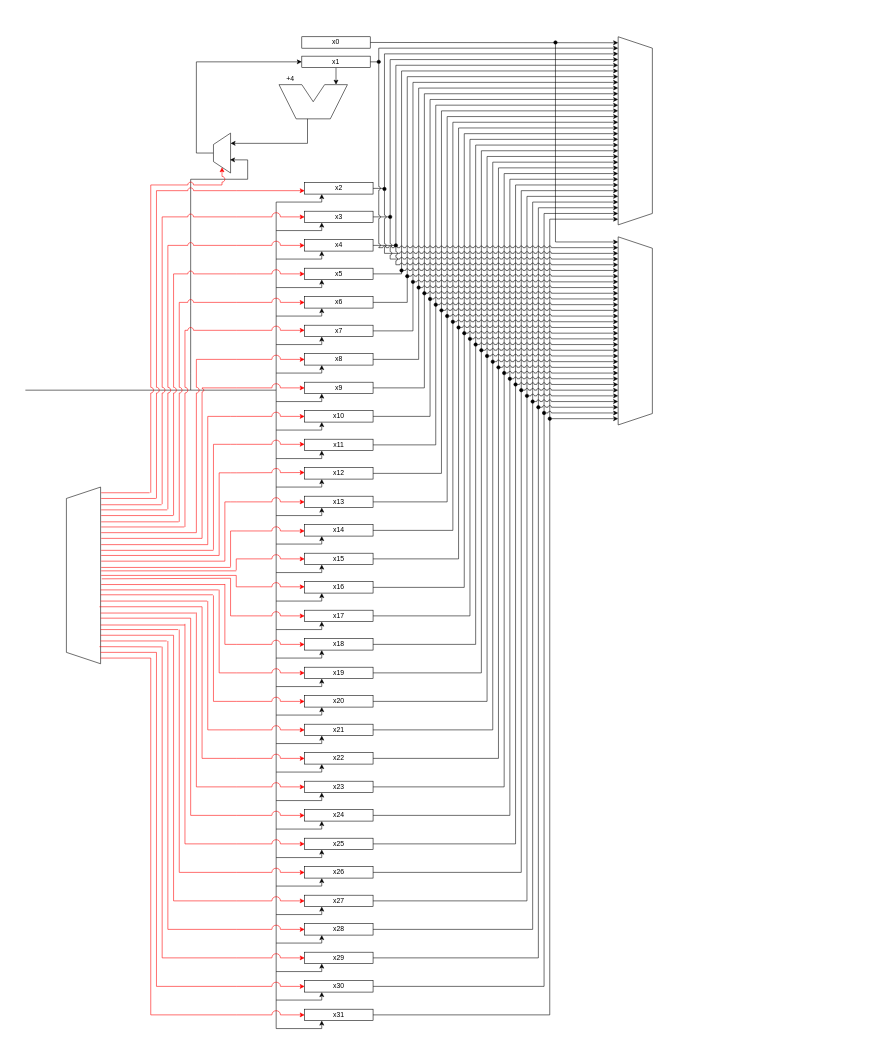
Kaveesha-98/065-538-720-GNC keeps this draw.io diagram as page "RegisterFile" (2 of 2) of Circuit_Drawings/DataPath.drawio. Above is the earlier version. Source tidied: cells renumbered, new cells numbered last; positions are measured from the earlier drawing's top-left corner, leaving out a move shared by most shapes. Both pictures are drawn from the tidied source at 57%, with x=0, y=0 at pixel (25, 36).
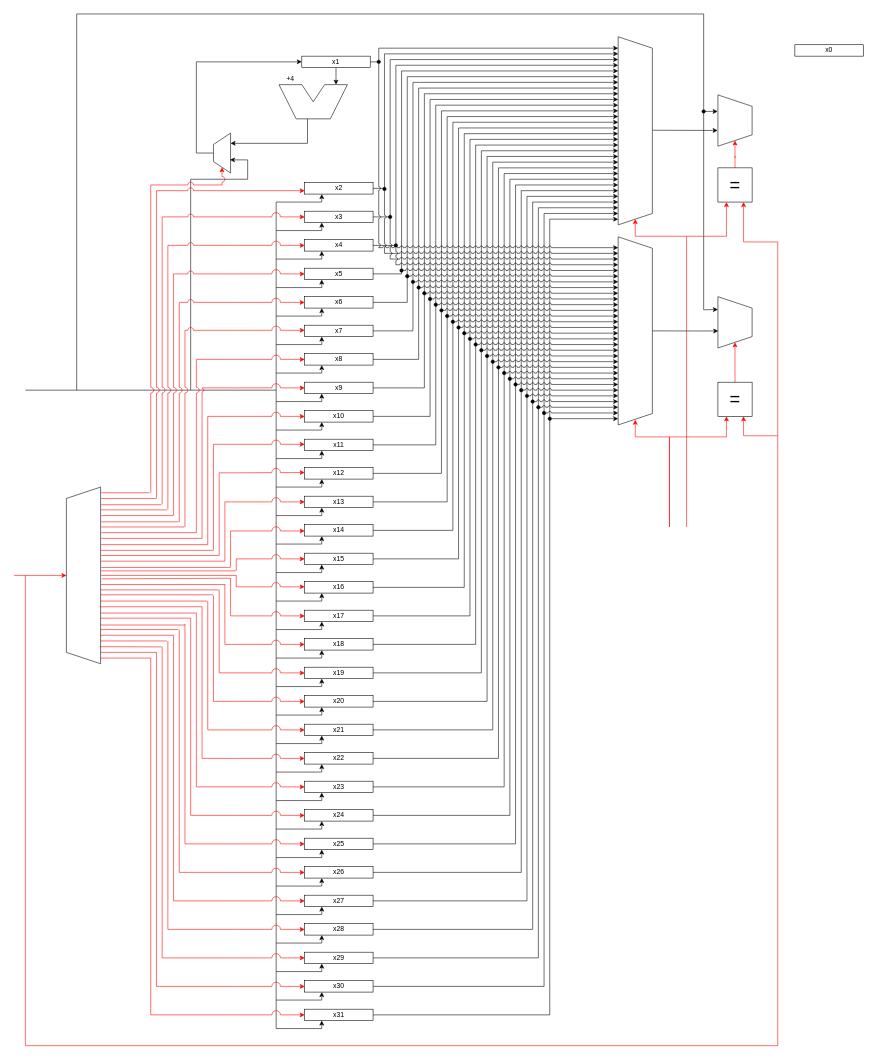
The same page after the edit.

The change refers to these unchanged cells:
```xml
<mxCell id="166" style="shape=trapezoid;perimeter=trapezoidPerimeter;whiteSpace=wrap;html=1;fixedSize=1;startSize=0;direction=north;" parent="1" vertex="1">
  <mxGeometry x="72" y="790" width="60" height="310" as="geometry" />
</mxCell>
<mxCell id="198" style="shape=trapezoid;perimeter=trapezoidPerimeter;whiteSpace=wrap;html=1;fixedSize=1;startSize=0;direction=south;" parent="1" vertex="1">
  <mxGeometry x="1040" width="60" height="330" as="geometry" />
</mxCell>
<mxCell id="229" style="shape=trapezoid;perimeter=trapezoidPerimeter;whiteSpace=wrap;html=1;fixedSize=1;startSize=0;direction=south;" parent="1" vertex="1">
  <mxGeometry x="1040" y="351" width="60" height="330" as="geometry" />
</mxCell>
```

The edit, as a diff of the source:
```diff
@@
-    <mxCell id="2" style="edgeStyle=orthogonalEdgeStyle;rounded=0;jumpStyle=arc;jumpSize=10;jettySize=auto;html=1;exitX=1;exitY=0.5;exitDx=0;exitDy=0;startSize=6;endSize=6;sourcePerimeterSpacing=6;targetPerimeterSpacing=6;" parent="1" edge="1" source="3">
-      <mxGeometry relative="1" as="geometry">
-        <mxPoint x="1040" y="10.5" as="targetPoint" />
-      </mxGeometry>
-    </mxCell>
     <mxCell id="3" value="x0" style="rounded=0;whiteSpace=wrap;html=1;" parent="1" vertex="1">
-      <mxGeometry x="485" width="120" height="20" as="geometry" />
+      <mxGeometry x="1350" y="14" width="120" height="20" as="geometry" />
     </mxCell>
@@
+    <mxCell id="232" style="edgeStyle=orthogonalEdgeStyle;rounded=0;jumpStyle=arc;jumpSize=10;jettySize=auto;html=1;entryX=0.693;entryY=1.008;entryDx=0;entryDy=0;entryPerimeter=0;startArrow=none;startFill=0;startSize=6;endSize=6;sourcePerimeterSpacing=6;targetPerimeterSpacing=6;strokeColor=#000000;" parent="1" edge="1" target="236">
+      <mxGeometry relative="1" as="geometry">
+        <mxPoint x="1100" y="164" as="sourcePoint" />
+      </mxGeometry>
+    </mxCell>
@@
+    <mxCell id="233" style="edgeStyle=orthogonalEdgeStyle;rounded=0;jumpStyle=arc;jumpSize=10;jettySize=auto;html=1;exitX=0.5;exitY=0;exitDx=0;exitDy=0;startArrow=none;startFill=0;startSize=6;endSize=6;sourcePerimeterSpacing=6;targetPerimeterSpacing=6;strokeColor=#000000;entryX=0.669;entryY=0.99;entryDx=0;entryDy=0;entryPerimeter=0;" parent="1" edge="1" source="229" target="239">
+      <mxGeometry relative="1" as="geometry" />
+    </mxCell>
@@
-    <mxCell id="231" style="endArrow=classic;html=1;startSize=6;endSize=6;sourcePerimeterSpacing=6;targetPerimeterSpacing=6;strokeColor=#000000;rounded=0;startArrow=oval;startFill=1;" parent="1" edge="1">
-      <mxGeometry relative="1" as="geometry">
-        <mxPoint x="930" y="10" as="sourcePoint" />
-        <mxPoint x="1040" y="360" as="targetPoint" />
-        <Array as="points">
-          <mxPoint x="930" y="10" />
-          <mxPoint x="930" y="360" />
-        </Array>
-      </mxGeometry>
-    </mxCell>
+    <mxCell id="234" style="endArrow=classic;html=1;startSize=6;endSize=6;sourcePerimeterSpacing=6;targetPerimeterSpacing=6;entryX=1;entryY=0.5;entryDx=0;entryDy=0;rounded=0;strokeColor=#FF0000;" parent="1" edge="1" target="198">
+      <mxGeometry relative="1" as="geometry">
+        <mxPoint x="1160" y="860" as="sourcePoint" />
+        <Array as="points">
+          <mxPoint x="1160" y="350" />
+          <mxPoint x="1070" y="350" />
+        </Array>
+      </mxGeometry>
+    </mxCell>
+    <mxCell id="235" style="endArrow=classic;html=1;startSize=6;endSize=6;sourcePerimeterSpacing=6;targetPerimeterSpacing=6;entryX=1;entryY=0.5;entryDx=0;entryDy=0;rounded=0;strokeColor=#FF0000;" parent="1" edge="1">
+      <mxGeometry relative="1" as="geometry">
+        <mxPoint x="1130" y="702" as="sourcePoint" />
+        <mxPoint x="1070" y="672" as="targetPoint" />
+        <Array as="points">
+          <mxPoint x="1130" y="860" />
+          <mxPoint x="1130" y="702" />
+          <mxPoint x="1070" y="702" />
+        </Array>
+      </mxGeometry>
+    </mxCell>
+    <mxCell id="236" style="shape=trapezoid;perimeter=trapezoidPerimeter;whiteSpace=wrap;html=1;fixedSize=1;startSize=0;direction=south;" parent="1" vertex="1">
+      <mxGeometry x="1215" y="102" width="60" height="90" as="geometry" />
+    </mxCell>
+    <mxCell id="237" style="endArrow=classic;html=1;startSize=6;endSize=6;sourcePerimeterSpacing=6;targetPerimeterSpacing=6;strokeColor=#FF0000;entryX=0.5;entryY=0;entryDx=0;entryDy=0;" parent="1" edge="1" target="166">
+      <mxGeometry relative="1" as="geometry">
+        <mxPoint x="-20" y="945" as="sourcePoint" />
+      </mxGeometry>
+    </mxCell>
+    <mxCell id="238" style="endArrow=classic;html=1;startSize=6;endSize=6;sourcePerimeterSpacing=6;targetPerimeterSpacing=6;entryX=0.322;entryY=1.008;entryDx=0;entryDy=0;entryPerimeter=0;rounded=0;" parent="1" edge="1" target="236">
+      <mxGeometry relative="1" as="geometry">
+        <mxPoint x="90" y="620" as="sourcePoint" />
+        <Array as="points">
+          <mxPoint x="90" y="-40" />
+          <mxPoint x="1190" y="-40" />
+          <mxPoint x="1190" y="131" />
+        </Array>
+      </mxGeometry>
+    </mxCell>
+    <mxCell id="239" style="shape=trapezoid;perimeter=trapezoidPerimeter;whiteSpace=wrap;html=1;fixedSize=1;startSize=0;direction=south;" parent="1" vertex="1">
+      <mxGeometry x="1215" y="456" width="60" height="90" as="geometry" />
+    </mxCell>
+    <mxCell id="240" style="endArrow=classic;html=1;startSize=6;endSize=6;sourcePerimeterSpacing=6;targetPerimeterSpacing=6;strokeColor=#000000;entryX=0.25;entryY=1;entryDx=0;entryDy=0;rounded=0;startArrow=oval;startFill=1;" parent="1" edge="1" target="239">
+      <mxGeometry relative="1" as="geometry">
+        <mxPoint x="1190" y="131" as="sourcePoint" />
+        <Array as="points">
+          <mxPoint x="1190" y="479" />
+        </Array>
+      </mxGeometry>
+    </mxCell>
+    <mxCell id="241" style="edgeStyle=orthogonalEdgeStyle;rounded=0;jumpStyle=arc;jumpSize=10;jettySize=auto;html=1;exitX=0.5;exitY=0;exitDx=0;exitDy=0;entryX=1;entryY=0.5;entryDx=0;entryDy=0;startArrow=none;startFill=0;startSize=6;endSize=6;sourcePerimeterSpacing=6;targetPerimeterSpacing=6;strokeColor=#FF0000;" parent="1" edge="1" source="242" target="239">
+      <mxGeometry relative="1" as="geometry" />
+    </mxCell>
+    <mxCell id="242" value="&lt;font style=&quot;font-size: 32px&quot;&gt;=&lt;/font&gt;" style="whiteSpace=wrap;html=1;startSize=0;" parent="1" vertex="1">
+      <mxGeometry x="1215" y="606" width="60" height="60" as="geometry" />
+    </mxCell>
+    <mxCell id="243" style="edgeStyle=orthogonalEdgeStyle;rounded=0;jumpStyle=arc;jumpSize=10;jettySize=auto;html=1;exitX=0.5;exitY=0;exitDx=0;exitDy=0;entryX=1;entryY=0.5;entryDx=0;entryDy=0;startArrow=none;startFill=0;startSize=6;endSize=6;sourcePerimeterSpacing=6;targetPerimeterSpacing=6;strokeColor=#FF0000;" parent="1" edge="1" source="244" target="236">
+      <mxGeometry relative="1" as="geometry" />
+    </mxCell>
+    <mxCell id="244" value="&lt;font style=&quot;font-size: 32px&quot;&gt;=&lt;/font&gt;" style="whiteSpace=wrap;html=1;startSize=0;" parent="1" vertex="1">
+      <mxGeometry x="1215" y="230" width="60" height="60" as="geometry" />
+    </mxCell>
+    <mxCell id="245" style="endArrow=classic;html=1;startSize=6;endSize=6;sourcePerimeterSpacing=6;targetPerimeterSpacing=6;strokeColor=#FF0000;entryX=0.75;entryY=1;entryDx=0;entryDy=0;rounded=0;" parent="1" edge="1" target="244">
+      <mxGeometry relative="1" as="geometry">
+        <mxPoint y="945" as="sourcePoint" />
+        <Array as="points">
+          <mxPoint y="1770" />
+          <mxPoint x="1320" y="1770" />
+          <mxPoint x="1320" y="360" />
+          <mxPoint x="1260" y="360" />
+        </Array>
+      </mxGeometry>
+    </mxCell>
+    <mxCell id="246" style="endArrow=classic;html=1;startSize=6;endSize=6;sourcePerimeterSpacing=6;targetPerimeterSpacing=6;strokeColor=#FF0000;entryX=0.75;entryY=1;entryDx=0;entryDy=0;rounded=0;" parent="1" edge="1" target="242">
+      <mxGeometry relative="1" as="geometry">
+        <mxPoint x="1320" y="700" as="sourcePoint" />
+        <Array as="points">
+          <mxPoint x="1260" y="700" />
+        </Array>
+      </mxGeometry>
+    </mxCell>
+    <mxCell id="247" style="endArrow=classic;html=1;startSize=6;endSize=6;sourcePerimeterSpacing=6;targetPerimeterSpacing=6;strokeColor=#FF0000;entryX=0.25;entryY=1;entryDx=0;entryDy=0;rounded=0;" parent="1" edge="1" target="242">
+      <mxGeometry relative="1" as="geometry">
+        <mxPoint x="1130" y="702" as="sourcePoint" />
+        <Array as="points">
+          <mxPoint x="1230" y="702" />
+        </Array>
+      </mxGeometry>
+    </mxCell>
+    <mxCell id="248" style="endArrow=classic;html=1;startSize=6;endSize=6;sourcePerimeterSpacing=6;targetPerimeterSpacing=6;strokeColor=#FF0000;entryX=0.25;entryY=1;entryDx=0;entryDy=0;rounded=0;" parent="1" edge="1" target="244">
+      <mxGeometry relative="1" as="geometry">
+        <mxPoint x="1160" y="350" as="sourcePoint" />
+        <Array as="points">
+          <mxPoint x="1230" y="350" />
+        </Array>
+      </mxGeometry>
+    </mxCell>
```
